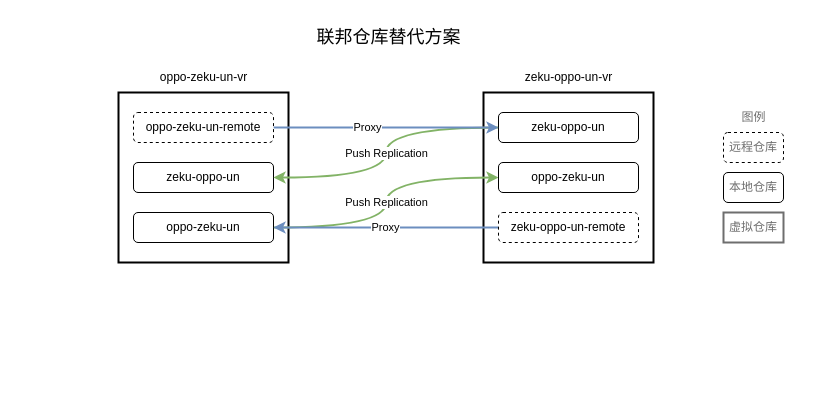
Before: federate.drawio in PanC123/project-examples, a draw.io diagram. Source tidied: cells renumbered, new cells numbered last; positions are measured from the earlier drawing's top-left corner, leaving out a move shared by most shapes. Both pictures are drawn from the tidied source at 100%, with x=0, y=0 at pixel (118, 17).
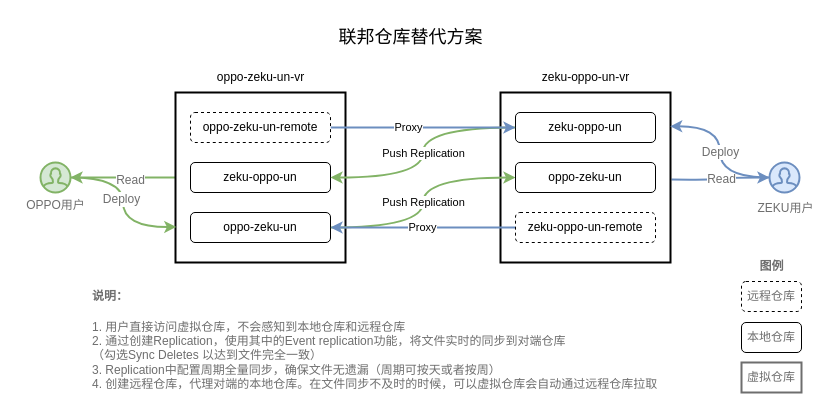
After the change.

Diff of the diagram source:
```diff
@@
+    <mxCell id="22" value="Read" style="edgeStyle=orthogonalEdgeStyle;curved=1;rounded=0;jettySize=auto;html=1;strokeWidth=2;fontSize=12;fontColor=#6E6E6E;fillColor=#dae8fc;strokeColor=#6c8ebf;" parent="1" edge="1" target="29">
+      <mxGeometry relative="1" as="geometry">
+        <mxPoint x="553" y="162" as="sourcePoint" />
+      </mxGeometry>
+    </mxCell>
     <mxCell id="2" style="whiteSpace=wrap;html=1;strokeWidth=2;" parent="1" vertex="1">
-      <mxGeometry x="365" y="75" width="170" height="170" as="geometry" />
+      <mxGeometry x="382" y="75" width="170" height="170" as="geometry" />
     </mxCell>
+    <mxCell id="23" style="edgeStyle=orthogonalEdgeStyle;curved=1;rounded=0;jettySize=auto;html=1;strokeWidth=2;fontSize=12;fontColor=#6E6E6E;fillColor=#d5e8d4;strokeColor=#82b366;" parent="1" edge="1" source="3" target="27">
+      <mxGeometry relative="1" as="geometry" />
+    </mxCell>
+    <mxCell id="24" value="Read" style="edgeLabel;html=1;align=center;verticalAlign=middle;fontSize=12;fontColor=#6E6E6E;" parent="23" vertex="1">
+      <mxGeometry x="-0.13" y="2" relative="1" as="geometry" />
+    </mxCell>
     <mxCell id="3" style="whiteSpace=wrap;html=1;strokeWidth=2;" parent="1" vertex="1">
-      <mxGeometry y="75" width="170" height="170" as="geometry" />
+      <mxGeometry x="57" y="75" width="170" height="170" as="geometry" />
     </mxCell>
@@
     <mxCell id="5" value="oppo-zeku-un" style="rounded=1;whiteSpace=wrap;html=1;" parent="1" vertex="1">
-      <mxGeometry x="15" y="195" width="140" height="30" as="geometry" />
+      <mxGeometry x="72" y="195" width="140" height="30" as="geometry" />
     </mxCell>
     <mxCell id="6" value="oppo-zeku-un" style="rounded=1;whiteSpace=wrap;html=1;" parent="1" vertex="1">
-      <mxGeometry x="380" y="145" width="140" height="30" as="geometry" />
+      <mxGeometry x="397" y="145" width="140" height="30" as="geometry" />
     </mxCell>
     <mxCell id="7" value="zeku-oppo-un" style="rounded=1;whiteSpace=wrap;html=1;" parent="1" vertex="1">
-      <mxGeometry x="15" y="145" width="140" height="30" as="geometry" />
+      <mxGeometry x="72" y="145" width="140" height="30" as="geometry" />
     </mxCell>
@@
     <mxCell id="9" value="zeku-oppo-un" style="rounded=1;whiteSpace=wrap;html=1;" parent="1" vertex="1">
-      <mxGeometry x="380" y="95" width="140" height="30" as="geometry" />
+      <mxGeometry x="397" y="95" width="140" height="30" as="geometry" />
     </mxCell>
@@
     <mxCell id="12" value="oppo-zeku-un-remote" style="rounded=1;whiteSpace=wrap;html=1;dashed=1;" parent="1" vertex="1">
-      <mxGeometry x="15" y="95" width="140" height="30" as="geometry" />
+      <mxGeometry x="72" y="95" width="140" height="30" as="geometry" />
     </mxCell>
@@
     <mxCell id="14" value="zeku-oppo-un-remote" style="rounded=1;whiteSpace=wrap;html=1;dashed=1;" parent="1" vertex="1">
-      <mxGeometry x="380" y="195" width="140" height="30" as="geometry" />
+      <mxGeometry x="397" y="195" width="140" height="30" as="geometry" />
     </mxCell>
     <mxCell id="15" value="oppo-zeku-un-vr" style="text;html=1;align=center;verticalAlign=middle;strokeColor=none;fillColor=none;" parent="1" vertex="1">
-      <mxGeometry x="30" y="45" width="110" height="30" as="geometry" />
+      <mxGeometry x="87" y="45" width="110" height="30" as="geometry" />
     </mxCell>
     <mxCell id="16" value="zeku-oppo-un-vr" style="text;html=1;align=center;verticalAlign=middle;strokeColor=none;fillColor=none;" parent="1" vertex="1">
-      <mxGeometry x="395" y="45" width="110" height="30" as="geometry" />
+      <mxGeometry x="412" y="45" width="110" height="30" as="geometry" />
     </mxCell>
     <mxCell id="17" value="联邦仓库替代方案" style="text;html=1;align=center;verticalAlign=middle;strokeColor=none;fillColor=none;fontSize=18;" parent="1" vertex="1">
-      <mxGeometry x="185" width="170" height="40" as="geometry" />
+      <mxGeometry x="207" width="170" height="40" as="geometry" />
     </mxCell>
-    <mxCell id="18" value="图例" style="text;html=1;align=center;verticalAlign=middle;strokeColor=none;fillColor=none;fontSize=12;fontColor=#6E6E6E;" parent="1" vertex="1">
-      <mxGeometry x="610" y="85" width="50" height="30" as="geometry" />
+    <mxCell id="18" value="图例" style="text;html=1;align=center;verticalAlign=middle;strokeColor=none;fillColor=none;fontSize=12;fontColor=#6E6E6E;fontStyle=1;" parent="1" vertex="1">
+      <mxGeometry x="632" y="236" width="42" height="26" as="geometry" />
     </mxCell>
     <mxCell id="19" value="远程仓库" style="rounded=1;whiteSpace=wrap;html=1;dashed=1;fontColor=#6E6E6E;" parent="1" vertex="1">
-      <mxGeometry x="605" y="115" width="60" height="30" as="geometry" />
+      <mxGeometry x="623" y="264" width="60" height="30" as="geometry" />
     </mxCell>
     <mxCell id="20" value="本地仓库" style="rounded=1;whiteSpace=wrap;html=1;fontColor=#6E6E6E;" parent="1" vertex="1">
-      <mxGeometry x="605" y="155" width="60" height="30" as="geometry" />
+      <mxGeometry x="623" y="305" width="60" height="30" as="geometry" />
     </mxCell>
     <mxCell id="21" value="虚拟仓库" style="rounded=0;whiteSpace=wrap;html=1;strokeWidth=2;fontSize=12;fontColor=#6E6E6E;strokeColor=#6E6E6E;" parent="1" vertex="1">
-      <mxGeometry x="605" y="195" width="60" height="30" as="geometry" />
+      <mxGeometry x="623" y="345" width="60" height="30" as="geometry" />
     </mxCell>
+    <mxCell id="25" style="edgeStyle=orthogonalEdgeStyle;curved=1;rounded=0;jettySize=auto;html=1;strokeWidth=2;fontSize=12;fontColor=#6E6E6E;fillColor=#d5e8d4;strokeColor=#82b366;entryX=0.005;entryY=0.791;entryDx=0;entryDy=0;entryPerimeter=0;" parent="1" edge="1" source="27" target="3">
+      <mxGeometry relative="1" as="geometry" />
+    </mxCell>
+    <mxCell id="26" value="Deploy" style="edgeLabel;html=1;align=center;verticalAlign=middle;fontSize=12;fontColor=#6E6E6E;" parent="25" vertex="1">
+      <mxGeometry x="-0.05" y="-2" relative="1" as="geometry" />
+    </mxCell>
+    <mxCell id="27" style="html=1;verticalLabelPosition=bottom;align=center;labelBackgroundColor=#ffffff;verticalAlign=top;strokeWidth=2;strokeColor=#82b366;shadow=0;dashed=0;shape=mxgraph.ios7.icons.user;fontSize=12;fillColor=#d5e8d4;" parent="1" vertex="1">
+      <mxGeometry x="-78" y="145" width="30" height="30" as="geometry" />
+    </mxCell>
+    <mxCell id="28" value="Deploy" style="edgeStyle=orthogonalEdgeStyle;curved=1;rounded=0;jettySize=auto;html=1;entryX=0.998;entryY=0.199;entryDx=0;entryDy=0;entryPerimeter=0;strokeWidth=2;fontSize=12;fontColor=#6E6E6E;fillColor=#dae8fc;strokeColor=#6c8ebf;" parent="1" edge="1" source="29" target="2">
+      <mxGeometry relative="1" as="geometry" />
+    </mxCell>
+    <mxCell id="29" style="html=1;verticalLabelPosition=bottom;align=center;labelBackgroundColor=#ffffff;verticalAlign=top;strokeWidth=2;strokeColor=#6c8ebf;shadow=0;dashed=0;shape=mxgraph.ios7.icons.user;fontSize=12;fillColor=#dae8fc;" parent="1" vertex="1">
+      <mxGeometry x="651" y="145" width="30" height="30" as="geometry" />
+    </mxCell>
+    <mxCell id="30" value="OPPO用户" style="text;html=1;align=center;verticalAlign=middle;strokeColor=none;fillColor=none;fontSize=12;fontColor=#6E6E6E;" parent="1" vertex="1">
+      <mxGeometry x="-101.5" y="175" width="77" height="26" as="geometry" />
+    </mxCell>
+    <mxCell id="31" value="ZEKU用户" style="text;html=1;align=center;verticalAlign=middle;strokeColor=none;fillColor=none;fontSize=12;fontColor=#6E6E6E;" parent="1" vertex="1">
+      <mxGeometry x="629.5" y="178" width="74" height="26" as="geometry" />
+    </mxCell>
+    <mxCell id="32" value="&lt;h4&gt;说明：&lt;/h4&gt;1. 用户直接访问虚拟仓库，不会感知到本地仓库和远程仓库&lt;br&gt;2. 通过创建Replication，使用其中的Event replication功能，将文件实时的同步到对端仓库&lt;br&gt;（勾选Sync Deletes 以达到文件完全一致）&lt;br&gt;3. Replication中配置周期全量同步，确保文件无遗漏（周期可按天或者按周）&lt;br&gt;4. 创建远程仓库，代理对端的本地仓库。在文件同步不及时的时候，可以虚拟仓库会自动通过远程仓库拉取" style="text;html=1;align=left;verticalAlign=middle;strokeColor=none;fillColor=none;fontSize=12;fontColor=#6E6E6E;" parent="1" vertex="1">
+      <mxGeometry x="-28" y="250" width="583" height="130" as="geometry" />
+    </mxCell>
```
